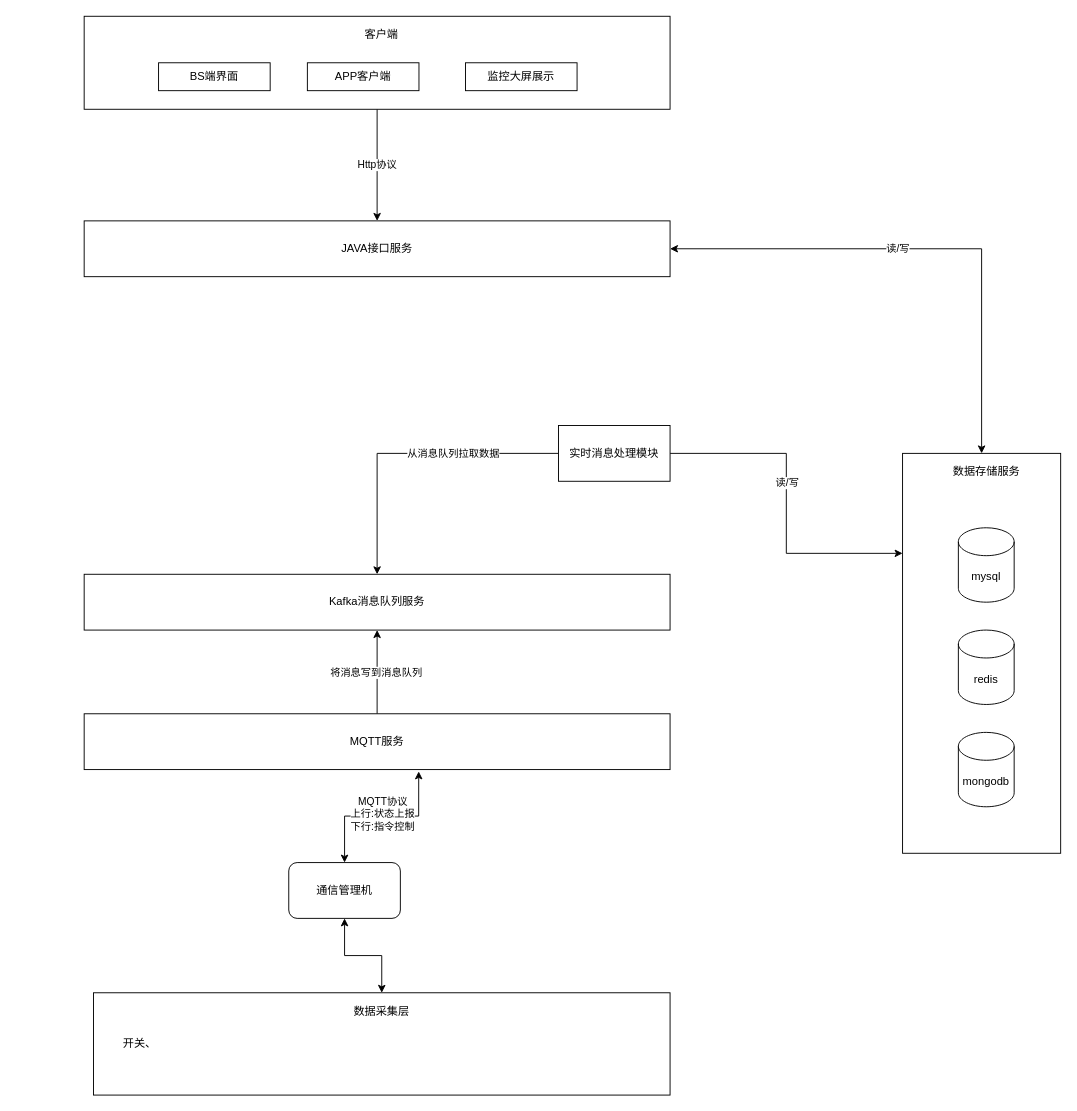
The draw.io diagram 上海金桥项目架构分解图.drawio in wangyufei0807/draw, before the edit. Source tidied: cells renumbered, new cells numbered last; positions are measured from the earlier drawing's top-left corner, leaving out a move shared by most shapes. Both pictures are drawn from the tidied source at 93%, with x=0, y=0 at pixel (84, 16).
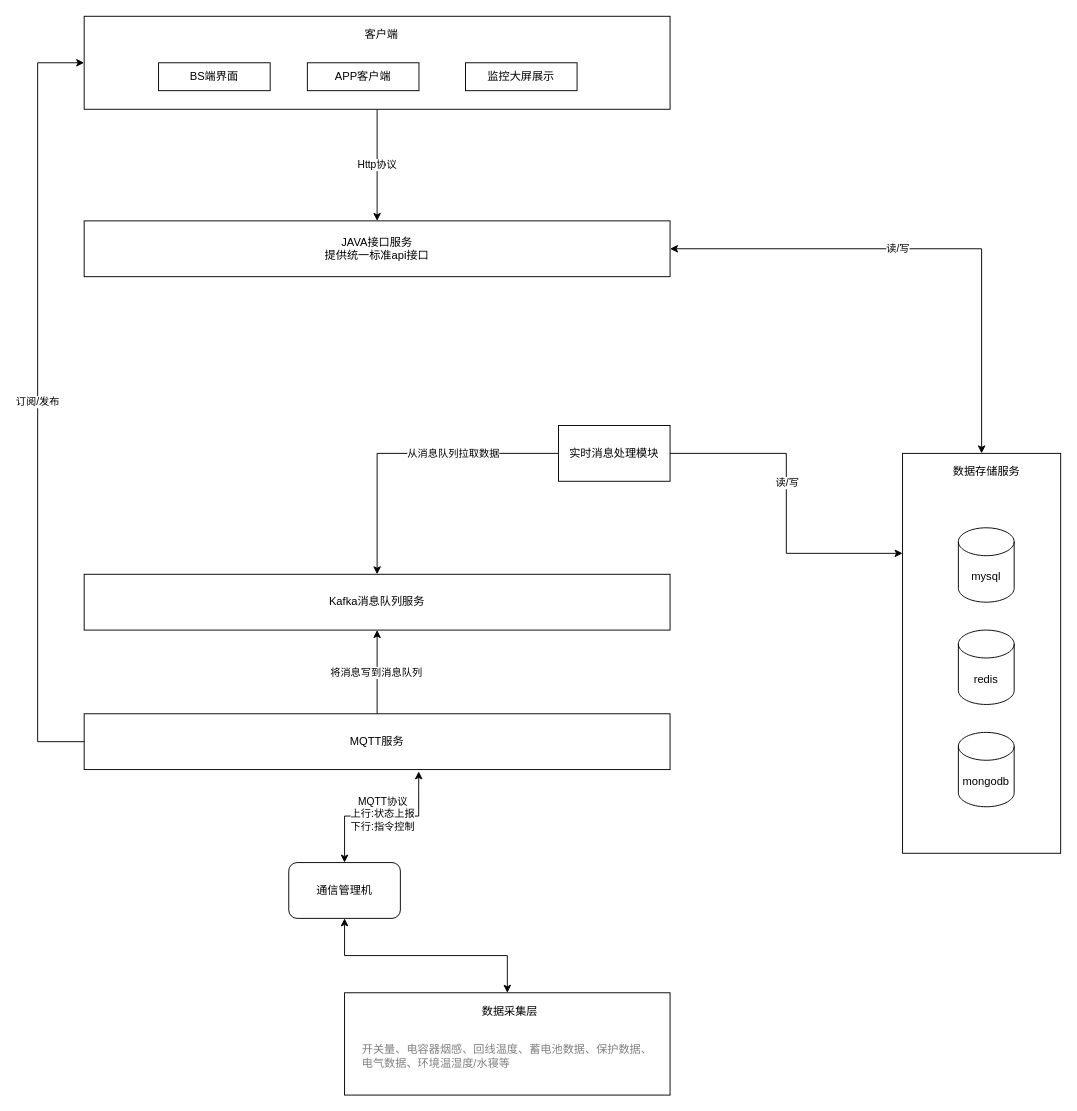
Above is the later version.

Commit message (it also covers changes not shown here):
Update 上海金桥项目架构分解图.drawio

The change refers to these unchanged cells:
```xml
<mxCell id="8" value="MQTT服务" style="rounded=0;whiteSpace=wrap;html=1;" parent="1" vertex="1">
  <mxGeometry y="750" width="630" height="60" as="geometry" />
</mxCell>
<mxCell id="29" style="rounded=0;whiteSpace=wrap;html=1;" parent="1" vertex="1">
  <mxGeometry width="630" height="100" as="geometry" />
</mxCell>
```

Diff of the diagram source:
```diff
@@
     <mxCell id="2" style="group;" parent="1" vertex="1">
-      <mxGeometry x="10" y="1050" width="620" height="110" as="geometry" />
+      <mxGeometry x="280" y="1050" width="350" height="110" as="geometry" />
     </mxCell>
     <mxCell id="3" style="rounded=0;whiteSpace=wrap;html=1;" parent="2" vertex="1">
-      <mxGeometry width="620" height="110" as="geometry" />
+      <mxGeometry width="350" height="110" as="geometry" />
     </mxCell>
     <mxCell id="4" value="数据采集层" style="text;html=1;strokeColor=none;fillColor=none;align=center;verticalAlign=middle;whiteSpace=wrap;rounded=0;" parent="2" vertex="1">
-      <mxGeometry x="270" y="11.8" width="80" height="15.7" as="geometry" />
+      <mxGeometry x="139" y="11.8" width="77.6" height="15.7" as="geometry" />
     </mxCell>
-    <mxCell id="5" value="开关、" style="text;html=1;strokeColor=none;fillColor=none;align=center;verticalAlign=middle;whiteSpace=wrap;rounded=0;" parent="2" vertex="1">
-      <mxGeometry x="30" y="47.1" width="40" height="15.7" as="geometry" />
+    <mxCell id="5" value="开关量、电容器烟感、回线温度、蓄电池数据、保护数据、电气数据、环境温湿度/水寝等" style="text;html=1;strokeColor=none;fillColor=none;align=left;verticalAlign=middle;whiteSpace=wrap;rounded=0;fontColor=#808080;" parent="2" vertex="1">
+      <mxGeometry x="16.9" y="60" width="321.8" height="15.7" as="geometry" />
     </mxCell>
@@
-    <mxCell id="28" value="JAVA接口服务" style="rounded=0;whiteSpace=wrap;html=1;" parent="1" vertex="1">
+    <mxCell id="28" value="JAVA接口服务&lt;br&gt;提供统一标准api接口" style="rounded=0;whiteSpace=wrap;html=1;" parent="1" vertex="1">
       <mxGeometry y="220" width="630" height="60" as="geometry" />
     </mxCell>
+    <mxCell id="34" value="订阅/发布" style="edgeStyle=orthogonalEdgeStyle;rounded=0;jettySize=auto;html=1;exitX=0;exitY=0.5;exitDx=0;exitDy=0;entryX=0;entryY=0.5;entryDx=0;entryDy=0;startArrow=classic;startFill=1;endArrow=none;endFill=0;" parent="1" edge="1" source="29" target="8">
+      <mxGeometry relative="1" as="geometry">
+        <Array as="points">
+          <mxPoint x="-50" y="50" />
+          <mxPoint x="-50" y="780" />
+        </Array>
+      </mxGeometry>
+    </mxCell>
```
